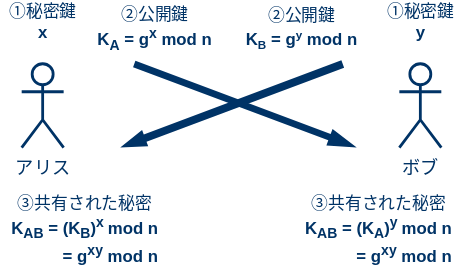
Above: img/8-dh-key-exchange.svg in akakou-doc/pubkey-crypto (draw.io), before the change. Source tidied: cells renumbered, new cells last; positions are measured from the earlier drawing's top-left corner, leaving out a move shared by most shapes.
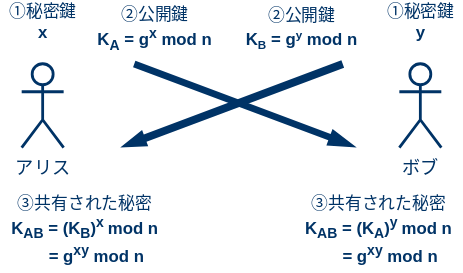
After the commit.

Commit message:
ずれを修正

Diff of the diagram source:
```diff
@@ -32,10 +32,10 @@
     <mxCell id="9" value="&lt;font color=&quot;#003366&quot;&gt;②公開鍵&lt;br&gt;&lt;b&gt;K&lt;span style=&quot;font-size: 10px&quot;&gt;&lt;sub&gt;B&lt;/sub&gt;&lt;/span&gt;&amp;nbsp;= g&lt;span style=&quot;font-size: 10px&quot;&gt;&lt;sup&gt;y&lt;/sup&gt;&lt;/span&gt;&amp;nbsp;mod n&lt;/b&gt;&lt;/font&gt;&lt;sup&gt;&lt;br&gt;&lt;/sup&gt;" style="text;html=1;align=center;verticalAlign=middle;" parent="1" vertex="1">
       <mxGeometry x="170" width="90" height="40" as="geometry" />
     </mxCell>
-    <mxCell id="10" value="&lt;font color=&quot;#003366&quot;&gt;③共有された秘密&lt;br&gt;&lt;b&gt;K&lt;sub&gt;AB&lt;/sub&gt;&amp;nbsp;= (K&lt;sub&gt;B&lt;/sub&gt;)&lt;sup&gt;x&lt;/sup&gt;&lt;span style=&quot;font-size: 10px&quot;&gt;&amp;nbsp;&lt;/span&gt;mod n&lt;br&gt;&amp;nbsp; &amp;nbsp; &amp;nbsp; &amp;nbsp; &amp;nbsp; &amp;nbsp;= g&lt;sup&gt;xy&lt;/sup&gt;&amp;nbsp;mod n&lt;/b&gt;&lt;/font&gt;&lt;sup&gt;&lt;br&gt;&lt;/sup&gt;" style="text;html=1;align=center;verticalAlign=middle;" parent="1" vertex="1">
+    <mxCell id="10" value="&lt;font color=&quot;#003366&quot;&gt;③共有された秘密&lt;br&gt;&lt;b&gt;K&lt;sub&gt;AB&lt;/sub&gt;&amp;nbsp;= (K&lt;sub&gt;B&lt;/sub&gt;)&lt;sup&gt;x&lt;/sup&gt;&lt;span style=&quot;font-size: 10px&quot;&gt;&amp;nbsp;&lt;/span&gt;mod n&lt;br&gt;&amp;nbsp; &amp;nbsp; &amp;nbsp;= g&lt;sup&gt;xy&lt;/sup&gt;&amp;nbsp;mod n&lt;/b&gt;&lt;/font&gt;&lt;sup&gt;&lt;br&gt;&lt;/sup&gt;" style="text;html=1;align=center;verticalAlign=middle;" parent="1" vertex="1">
       <mxGeometry y="134" width="120" height="60" as="geometry" />
     </mxCell>
-    <mxCell id="11" value="&lt;font color=&quot;#003366&quot;&gt;③共有された秘密&lt;br&gt;&lt;b&gt;K&lt;sub&gt;AB&lt;/sub&gt; = (K&lt;sub&gt;A&lt;/sub&gt;)&lt;sup&gt;y&lt;/sup&gt;&lt;span style=&quot;font-size: 10px&quot;&gt;&amp;nbsp;&lt;/span&gt;mod n&lt;br&gt;&amp;nbsp; &amp;nbsp; &amp;nbsp; &amp;nbsp; &amp;nbsp; &amp;nbsp;= g&lt;sup&gt;xy&lt;/sup&gt;&amp;nbsp;mod n&lt;/b&gt;&lt;/font&gt;&lt;sup&gt;&lt;br&gt;&lt;/sup&gt;" style="text;html=1;align=center;verticalAlign=middle;" parent="1" vertex="1">
+    <mxCell id="11" value="&lt;font color=&quot;#003366&quot;&gt;③共有された秘密&lt;br&gt;&lt;b&gt;K&lt;sub&gt;AB&lt;/sub&gt; = (K&lt;sub&gt;A&lt;/sub&gt;)&lt;sup&gt;y&lt;/sup&gt;&lt;span style=&quot;font-size: 10px&quot;&gt;&amp;nbsp;&lt;/span&gt;mod n&lt;br&gt;&amp;nbsp; &amp;nbsp; &amp;nbsp;= g&lt;sup&gt;xy&lt;/sup&gt;&amp;nbsp;mod n&lt;/b&gt;&lt;/font&gt;&lt;sup&gt;&lt;br&gt;&lt;/sup&gt;" style="text;html=1;align=center;verticalAlign=middle;" parent="1" vertex="1">
       <mxGeometry x="210" y="134" width="120" height="60" as="geometry" />
     </mxCell>
   </root>
```
